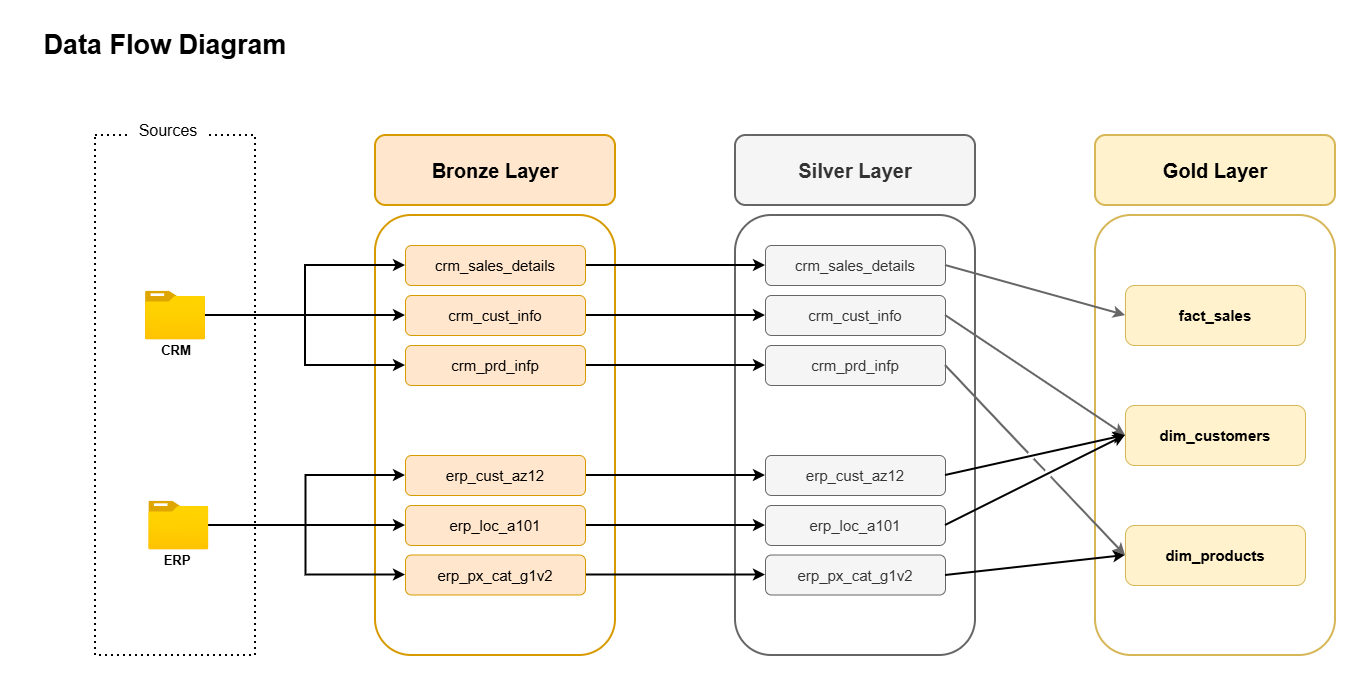
Before: docs/images/data_flow_diagram.png, a diagram exported from draw.io (kms-gitgut/sql-data-warehouse-project). Source tidied: cells renumbered, new cells last; positions are measured from the earlier drawing's top-left corner, leaving out a move shared by most shapes.
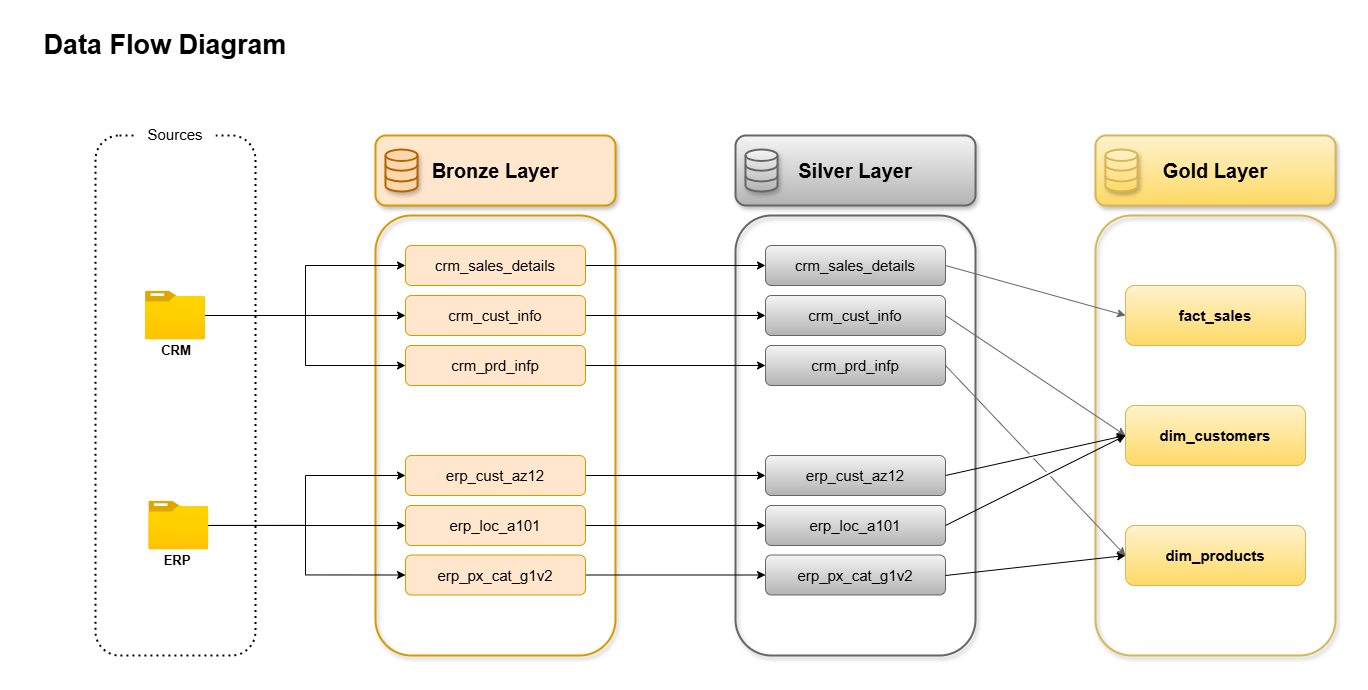
Later version of the same file.

What changed in the source:
```diff
@@ -4,9 +4,9 @@
     <mxCell id="1" parent="0" />
-    <mxCell id="2" style="rounded=1;whiteSpace=wrap;html=1;fillColor=none;strokeColor=#d6b656;strokeWidth=2;" parent="1" vertex="1">
+    <mxCell id="2" style="rounded=1;whiteSpace=wrap;html=1;fillColor=none;strokeColor=#d6b656;strokeWidth=2;gradientColor=#ffd966;shadow=1;" parent="1" vertex="1">
       <mxGeometry x="1070" y="190" width="240" height="440" as="geometry" />
     </mxCell>
-    <mxCell id="3" style="rounded=1;whiteSpace=wrap;html=1;fillColor=none;strokeColor=#666666;strokeWidth=2;fontColor=#333333;" parent="1" vertex="1">
+    <mxCell id="3" style="rounded=1;whiteSpace=wrap;html=1;fillColor=none;strokeColor=#666666;strokeWidth=2;gradientColor=#b3b3b3;shadow=1;" parent="1" vertex="1">
       <mxGeometry x="710" y="190" width="240" height="440" as="geometry" />
     </mxCell>
-    <mxCell id="4" style="rounded=1;whiteSpace=wrap;html=1;fillColor=none;strokeColor=#D79B00;strokeWidth=2;" parent="1" vertex="1">
+    <mxCell id="4" style="rounded=1;whiteSpace=wrap;html=1;fillColor=none;strokeColor=#D79B00;strokeWidth=2;shadow=1;" parent="1" vertex="1">
       <mxGeometry x="350" y="190" width="240" height="440" as="geometry" />
@@ -16,12 +16,12 @@
     </mxCell>
-    <mxCell id="6" style="rounded=0;whiteSpace=wrap;html=1;fillColor=none;dashed=1;strokeWidth=2;dashPattern=1 2;" parent="1" vertex="1">
+    <mxCell id="6" style="rounded=1;whiteSpace=wrap;html=1;fillColor=none;dashed=1;strokeWidth=2;dashPattern=1 2;" parent="1" vertex="1">
       <mxGeometry x="70" y="110" width="160" height="520" as="geometry" />
     </mxCell>
-    <mxCell id="7" style="edgeStyle=orthogonalEdgeStyle;rounded=0;jettySize=auto;html=1;entryX=0;entryY=0.5;entryDx=0;entryDy=0;strokeWidth=2;" parent="1" edge="1" source="10" target="19">
+    <mxCell id="7" style="edgeStyle=orthogonalEdgeStyle;rounded=0;jettySize=auto;html=1;entryX=0;entryY=0.5;entryDx=0;entryDy=0;strokeWidth=1;" parent="1" edge="1" source="10" target="19">
       <mxGeometry relative="1" as="geometry" />
     </mxCell>
-    <mxCell id="8" style="edgeStyle=orthogonalEdgeStyle;rounded=0;jettySize=auto;html=1;entryX=0;entryY=0.5;entryDx=0;entryDy=0;strokeWidth=2;" parent="1" edge="1" source="10" target="21">
+    <mxCell id="8" style="edgeStyle=orthogonalEdgeStyle;rounded=0;jettySize=auto;html=1;entryX=0;entryY=0.5;entryDx=0;entryDy=0;strokeWidth=1;" parent="1" edge="1" source="10" target="21">
       <mxGeometry relative="1" as="geometry" />
     </mxCell>
-    <mxCell id="9" style="edgeStyle=orthogonalEdgeStyle;rounded=0;jettySize=auto;html=1;entryX=0;entryY=0.5;entryDx=0;entryDy=0;strokeWidth=2;" parent="1" edge="1" source="10" target="23">
+    <mxCell id="9" style="edgeStyle=orthogonalEdgeStyle;rounded=0;jettySize=auto;html=1;entryX=0;entryY=0.5;entryDx=0;entryDy=0;strokeWidth=1;" parent="1" edge="1" source="10" target="23">
       <mxGeometry relative="1" as="geometry" />
@@ -31,4 +31,4 @@
     </mxCell>
-    <mxCell id="11" value="&lt;font style=&quot;font-size: 16px;&quot;&gt;Sources&lt;/font&gt;" style="text;html=1;whiteSpace=wrap;align=center;verticalAlign=middle;rounded=0;fillColor=default;" parent="1" vertex="1">
-      <mxGeometry x="103.3" y="90" width="80" height="30" as="geometry" />
+    <mxCell id="11" value="&lt;font&gt;Sources&lt;/font&gt;" style="text;html=1;whiteSpace=wrap;align=center;verticalAlign=middle;rounded=1;fillColor=default;fontSize=15;" parent="1" vertex="1">
+      <mxGeometry x="110" y="94" width="80" height="30" as="geometry" />
     </mxCell>
@@ -37,8 +37,12 @@
     </mxCell>
-    <mxCell id="13" style="edgeStyle=orthogonalEdgeStyle;rounded=0;jettySize=auto;html=1;entryX=0;entryY=0.5;entryDx=0;entryDy=0;strokeWidth=2;" parent="1" edge="1" target="25">
+    <mxCell id="13" style="edgeStyle=orthogonalEdgeStyle;rounded=0;jettySize=auto;html=1;entryX=0;entryY=0.5;entryDx=0;entryDy=0;strokeWidth=1;" parent="1" edge="1" target="25">
       <mxGeometry relative="1" as="geometry">
         <mxPoint x="180" y="499.9" as="sourcePoint" />
+        <Array as="points">
+          <mxPoint x="280" y="500" />
+          <mxPoint x="280" y="450" />
+        </Array>
       </mxGeometry>
     </mxCell>
-    <mxCell id="14" style="edgeStyle=orthogonalEdgeStyle;rounded=0;jettySize=auto;html=1;entryX=0;entryY=0.5;entryDx=0;entryDy=0;strokeWidth=2;" parent="1" edge="1" target="27">
+    <mxCell id="14" style="edgeStyle=orthogonalEdgeStyle;rounded=0;jettySize=auto;html=1;entryX=0;entryY=0.5;entryDx=0;entryDy=0;strokeWidth=1;" parent="1" edge="1" target="27">
       <mxGeometry relative="1" as="geometry">
@@ -47,7 +51,2 @@
     </mxCell>
-    <mxCell id="15" style="edgeStyle=orthogonalEdgeStyle;rounded=0;jettySize=auto;html=1;entryX=0;entryY=0.5;entryDx=0;entryDy=0;strokeWidth=2;" parent="1" edge="1" target="29">
-      <mxGeometry relative="1" as="geometry">
-        <mxPoint x="180" y="499.9" as="sourcePoint" />
-      </mxGeometry>
-    </mxCell>
     <mxCell id="16" value="&lt;b&gt;&lt;font style=&quot;font-size: 13px;&quot;&gt;ERP&lt;/font&gt;&lt;/b&gt;" style="text;html=1;whiteSpace=wrap;strokeColor=none;fillColor=none;align=center;verticalAlign=middle;rounded=0;" parent="1" vertex="1">
@@ -55,12 +54,12 @@
     </mxCell>
-    <mxCell id="17" value="&lt;b&gt;&lt;font style=&quot;font-size: 20px;&quot;&gt;Bronze Layer&lt;/font&gt;&lt;/b&gt;" style="rounded=1;whiteSpace=wrap;html=1;fillColor=#ffe6cc;strokeColor=#d79b00;strokeWidth=2;" parent="1" vertex="1">
+    <mxCell id="17" value="&lt;b&gt;&lt;font style=&quot;font-size: 20px;&quot;&gt;Bronze Layer&lt;/font&gt;&lt;/b&gt;" style="rounded=1;whiteSpace=wrap;html=1;fillColor=#ffe6cc;strokeColor=#d79b00;strokeWidth=2;shadow=1;" parent="1" vertex="1">
       <mxGeometry x="350" y="110" width="240" height="70" as="geometry" />
     </mxCell>
-    <mxCell id="18" style="edgeStyle=orthogonalEdgeStyle;rounded=0;jettySize=auto;html=1;strokeWidth=2;" parent="1" edge="1" source="19" target="32">
+    <mxCell id="18" style="edgeStyle=orthogonalEdgeStyle;rounded=0;jettySize=auto;html=1;strokeWidth=1;" parent="1" edge="1" source="19" target="32">
       <mxGeometry relative="1" as="geometry" />
     </mxCell>
-    <mxCell id="19" value="&lt;font style=&quot;font-size: 15px;&quot;&gt;crm_sales_details&lt;/font&gt;" style="rounded=1;whiteSpace=wrap;html=1;fillColor=#ffe6cc;strokeColor=#d79b00;" parent="1" vertex="1">
+    <mxCell id="19" value="&lt;font style=&quot;font-size: 15px;&quot;&gt;crm_sales_details&lt;/font&gt;" style="rounded=1;whiteSpace=wrap;html=1;fillColor=#ffe6cc;strokeColor=#d79b00;gradientColor=none;gradientDirection=north;" parent="1" vertex="1">
       <mxGeometry x="380" y="220" width="180" height="40" as="geometry" />
     </mxCell>
-    <mxCell id="20" style="edgeStyle=orthogonalEdgeStyle;rounded=0;jettySize=auto;html=1;entryX=0;entryY=0.5;entryDx=0;entryDy=0;strokeWidth=2;" parent="1" edge="1" source="21" target="33">
+    <mxCell id="20" style="edgeStyle=orthogonalEdgeStyle;rounded=0;jettySize=auto;html=1;entryX=0;entryY=0.5;entryDx=0;entryDy=0;strokeWidth=1;" parent="1" edge="1" source="21" target="33">
       <mxGeometry relative="1" as="geometry" />
@@ -70,3 +69,3 @@
     </mxCell>
-    <mxCell id="22" style="edgeStyle=orthogonalEdgeStyle;rounded=0;jettySize=auto;html=1;strokeWidth=2;" parent="1" edge="1" source="23" target="34">
+    <mxCell id="22" style="edgeStyle=orthogonalEdgeStyle;rounded=0;jettySize=auto;html=1;strokeWidth=1;" parent="1" edge="1" source="23" target="34">
       <mxGeometry relative="1" as="geometry" />
@@ -76,3 +75,3 @@
     </mxCell>
-    <mxCell id="24" style="edgeStyle=orthogonalEdgeStyle;rounded=0;jettySize=auto;html=1;strokeWidth=2;" parent="1" edge="1" source="25" target="35">
+    <mxCell id="24" style="edgeStyle=orthogonalEdgeStyle;rounded=0;jettySize=auto;html=1;strokeWidth=1;" parent="1" edge="1" source="25" target="35">
       <mxGeometry relative="1" as="geometry" />
@@ -82,3 +81,3 @@
     </mxCell>
-    <mxCell id="26" style="edgeStyle=orthogonalEdgeStyle;rounded=0;jettySize=auto;html=1;strokeWidth=2;" parent="1" edge="1" source="27" target="36">
+    <mxCell id="26" style="edgeStyle=orthogonalEdgeStyle;rounded=0;jettySize=auto;html=1;strokeWidth=1;" parent="1" edge="1" source="27" target="36">
       <mxGeometry relative="1" as="geometry" />
@@ -88,3 +87,3 @@
     </mxCell>
-    <mxCell id="28" style="edgeStyle=orthogonalEdgeStyle;rounded=0;jettySize=auto;html=1;strokeWidth=2;" parent="1" edge="1" source="29" target="37">
+    <mxCell id="28" style="edgeStyle=orthogonalEdgeStyle;rounded=0;jettySize=auto;html=1;strokeWidth=1;" parent="1" edge="1" source="29" target="37">
       <mxGeometry relative="1" as="geometry" />
@@ -94,2 +93,10 @@
     </mxCell>
+    <mxCell id="48" style="edgeStyle=orthogonalEdgeStyle;rounded=0;jettySize=auto;html=1;entryX=0;entryY=0.5;entryDx=0;entryDy=0;" parent="1" edge="1" source="30" target="29">
+      <mxGeometry relative="1" as="geometry">
+        <Array as="points">
+          <mxPoint x="280" y="500" />
+          <mxPoint x="280" y="550" />
+        </Array>
+      </mxGeometry>
+    </mxCell>
     <mxCell id="30" style="image;html=1;points=[];align=center;fontSize=12;image=img/lib/azure2/general/Folder_Blank.svg;" parent="1" vertex="1">
@@ -97,36 +104,36 @@
     </mxCell>
-    <mxCell id="31" value="&lt;b&gt;&lt;font style=&quot;font-size: 20px;&quot;&gt;Silver Layer&lt;/font&gt;&lt;/b&gt;" style="rounded=1;whiteSpace=wrap;html=1;fillColor=#f5f5f5;strokeColor=#666666;fontColor=#333333;strokeWidth=2;" parent="1" vertex="1">
+    <mxCell id="31" value="&lt;b&gt;&lt;font style=&quot;font-size: 20px;&quot;&gt;Silver Layer&lt;/font&gt;&lt;/b&gt;" style="rounded=1;whiteSpace=wrap;html=1;fillColor=#f5f5f5;strokeColor=#666666;strokeWidth=2;gradientColor=#b3b3b3;glass=0;shadow=1;" parent="1" vertex="1">
       <mxGeometry x="710" y="110" width="240" height="70" as="geometry" />
     </mxCell>
-    <mxCell id="32" value="&lt;font style=&quot;font-size: 15px;&quot;&gt;crm_sales_details&lt;/font&gt;" style="rounded=1;whiteSpace=wrap;html=1;fillColor=#f5f5f5;strokeColor=#666666;fontColor=#333333;" parent="1" vertex="1">
+    <mxCell id="32" value="&lt;font style=&quot;font-size: 15px;&quot;&gt;crm_sales_details&lt;/font&gt;" style="rounded=1;whiteSpace=wrap;html=1;fillColor=#f5f5f5;strokeColor=#666666;gradientColor=#b3b3b3;" parent="1" vertex="1">
       <mxGeometry x="740" y="220" width="180" height="40" as="geometry" />
     </mxCell>
-    <mxCell id="33" value="&lt;font style=&quot;font-size: 15px;&quot;&gt;crm_cust_info&lt;/font&gt;" style="rounded=1;whiteSpace=wrap;html=1;fillColor=#f5f5f5;strokeColor=#666666;fontColor=#333333;" parent="1" vertex="1">
+    <mxCell id="33" value="&lt;font style=&quot;font-size: 15px;&quot;&gt;crm_cust_info&lt;/font&gt;" style="rounded=1;whiteSpace=wrap;html=1;fillColor=#f5f5f5;strokeColor=#666666;gradientColor=#b3b3b3;" parent="1" vertex="1">
       <mxGeometry x="740" y="270" width="180" height="40" as="geometry" />
     </mxCell>
-    <mxCell id="34" value="&lt;font style=&quot;font-size: 15px;&quot;&gt;crm_prd_infp&lt;/font&gt;" style="rounded=1;whiteSpace=wrap;html=1;fillColor=#f5f5f5;strokeColor=#666666;fontColor=#333333;" parent="1" vertex="1">
+    <mxCell id="34" value="&lt;font style=&quot;font-size: 15px;&quot;&gt;crm_prd_infp&lt;/font&gt;" style="rounded=1;whiteSpace=wrap;html=1;fillColor=#f5f5f5;strokeColor=#666666;gradientColor=#b3b3b3;" parent="1" vertex="1">
       <mxGeometry x="740" y="320" width="180" height="40" as="geometry" />
     </mxCell>
-    <mxCell id="35" value="&lt;font style=&quot;font-size: 15px;&quot;&gt;erp_cust_az12&lt;/font&gt;" style="rounded=1;whiteSpace=wrap;html=1;fillColor=#f5f5f5;strokeColor=#666666;fontColor=#333333;" parent="1" vertex="1">
+    <mxCell id="35" value="&lt;font style=&quot;font-size: 15px;&quot;&gt;erp_cust_az12&lt;/font&gt;" style="rounded=1;whiteSpace=wrap;html=1;fillColor=#f5f5f5;strokeColor=#666666;gradientColor=#b3b3b3;" parent="1" vertex="1">
       <mxGeometry x="740" y="430" width="180" height="40" as="geometry" />
     </mxCell>
-    <mxCell id="36" value="&lt;font style=&quot;font-size: 15px;&quot;&gt;erp_loc_a101&lt;/font&gt;" style="rounded=1;whiteSpace=wrap;html=1;fillColor=#f5f5f5;strokeColor=#666666;fontColor=#333333;" parent="1" vertex="1">
+    <mxCell id="36" value="&lt;font style=&quot;font-size: 15px;&quot;&gt;erp_loc_a101&lt;/font&gt;" style="rounded=1;whiteSpace=wrap;html=1;fillColor=#f5f5f5;strokeColor=#666666;gradientColor=#b3b3b3;" parent="1" vertex="1">
       <mxGeometry x="740" y="480" width="180" height="40" as="geometry" />
     </mxCell>
-    <mxCell id="37" value="&lt;font style=&quot;font-size: 15px;&quot;&gt;erp_px_cat_g1v2&lt;/font&gt;" style="rounded=1;whiteSpace=wrap;html=1;fillColor=#f5f5f5;strokeColor=#666666;fontColor=#333333;" parent="1" vertex="1">
+    <mxCell id="37" value="&lt;font style=&quot;font-size: 15px;&quot;&gt;erp_px_cat_g1v2&lt;/font&gt;" style="rounded=1;whiteSpace=wrap;html=1;fillColor=#f5f5f5;strokeColor=#666666;gradientColor=#b3b3b3;" parent="1" vertex="1">
       <mxGeometry x="740" y="529.5" width="180" height="40" as="geometry" />
     </mxCell>
-    <mxCell id="38" value="&lt;b&gt;&lt;font style=&quot;font-size: 20px;&quot;&gt;Gold Layer&lt;/font&gt;&lt;/b&gt;" style="rounded=1;whiteSpace=wrap;html=1;fillColor=#fff2cc;strokeColor=#d6b656;strokeWidth=2;" parent="1" vertex="1">
+    <mxCell id="38" value="&lt;b&gt;&lt;font style=&quot;font-size: 20px;&quot;&gt;Gold Layer&lt;/font&gt;&lt;/b&gt;" style="rounded=1;whiteSpace=wrap;html=1;fillColor=#fff2cc;strokeColor=#d6b656;strokeWidth=2;gradientColor=#ffd966;glass=0;shadow=1;" parent="1" vertex="1">
       <mxGeometry x="1070" y="110" width="240" height="70" as="geometry" />
     </mxCell>
-    <mxCell id="39" value="&lt;span style=&quot;font-size: 15px;&quot;&gt;&lt;b&gt;fact_sales&lt;/b&gt;&lt;/span&gt;" style="rounded=1;whiteSpace=wrap;html=1;fillColor=#fff2cc;strokeColor=#d6b656;" parent="1" vertex="1">
+    <mxCell id="39" value="&lt;span style=&quot;font-size: 15px;&quot;&gt;&lt;b&gt;fact_sales&lt;/b&gt;&lt;/span&gt;" style="rounded=1;whiteSpace=wrap;html=1;fillColor=#fff2cc;strokeColor=#d6b656;gradientColor=#ffd966;" parent="1" vertex="1">
       <mxGeometry x="1100" y="260" width="180" height="60" as="geometry" />
     </mxCell>
-    <mxCell id="40" value="&lt;font style=&quot;font-size: 15px;&quot;&gt;&lt;b&gt;dim_customers&lt;/b&gt;&lt;/font&gt;" style="rounded=1;whiteSpace=wrap;html=1;fillColor=#fff2cc;strokeColor=#d6b656;" parent="1" vertex="1">
+    <mxCell id="40" value="&lt;font style=&quot;font-size: 15px;&quot;&gt;&lt;b&gt;dim_customers&lt;/b&gt;&lt;/font&gt;" style="rounded=1;whiteSpace=wrap;html=1;fillColor=#fff2cc;strokeColor=#d6b656;gradientColor=#ffd966;" parent="1" vertex="1">
       <mxGeometry x="1100" y="380" width="180" height="60" as="geometry" />
     </mxCell>
-    <mxCell id="41" value="&lt;font style=&quot;font-size: 15px;&quot;&gt;&lt;b&gt;dim_products&lt;/b&gt;&lt;/font&gt;" style="rounded=1;whiteSpace=wrap;html=1;fillColor=#fff2cc;strokeColor=#d6b656;" parent="1" vertex="1">
+    <mxCell id="41" value="&lt;font style=&quot;font-size: 15px;&quot;&gt;&lt;b&gt;dim_products&lt;/b&gt;&lt;/font&gt;" style="rounded=1;whiteSpace=wrap;html=1;fillColor=#fff2cc;strokeColor=#d6b656;gradientColor=#ffd966;" parent="1" vertex="1">
       <mxGeometry x="1100" y="500" width="180" height="60" as="geometry" />
     </mxCell>
-    <mxCell id="42" style="endArrow=classic;html=1;rounded=0;entryX=0;entryY=0.5;entryDx=0;entryDy=0;jumpStyle=gap;fillColor=#f5f5f5;strokeColor=#666666;strokeWidth=2;" parent="1" edge="1" target="39">
+    <mxCell id="42" style="endArrow=classic;html=1;rounded=0;entryX=0;entryY=0.5;entryDx=0;entryDy=0;jumpStyle=gap;fillColor=#f5f5f5;strokeColor=#666666;strokeWidth=1;" parent="1" edge="1" target="39">
       <mxGeometry relative="1" as="geometry">
@@ -135,3 +142,3 @@
     </mxCell>
-    <mxCell id="43" style="endArrow=classic;html=1;rounded=0;entryX=0;entryY=0.5;entryDx=0;entryDy=0;jumpStyle=gap;fillColor=#f5f5f5;strokeColor=#666666;strokeWidth=2;" parent="1" edge="1" target="40">
+    <mxCell id="43" style="endArrow=classic;html=1;rounded=0;entryX=0;entryY=0.5;entryDx=0;entryDy=0;jumpStyle=gap;fillColor=#f5f5f5;strokeColor=#666666;strokeWidth=1;" parent="1" edge="1" target="40">
       <mxGeometry relative="1" as="geometry">
@@ -140,3 +147,3 @@
     </mxCell>
-    <mxCell id="44" style="endArrow=classic;html=1;rounded=0;entryX=0;entryY=0.5;entryDx=0;entryDy=0;jumpStyle=gap;strokeWidth=2;" parent="1" edge="1" target="40">
+    <mxCell id="44" style="endArrow=classic;html=1;rounded=0;entryX=0;entryY=0.5;entryDx=0;entryDy=0;jumpStyle=gap;strokeWidth=1;" parent="1" edge="1" target="40">
       <mxGeometry relative="1" as="geometry">
@@ -145,3 +152,3 @@
     </mxCell>
-    <mxCell id="45" style="endArrow=classic;html=1;rounded=0;entryX=0;entryY=0.5;entryDx=0;entryDy=0;jumpStyle=gap;strokeWidth=2;" parent="1" edge="1" target="40">
+    <mxCell id="45" style="endArrow=classic;html=1;rounded=0;entryX=0;entryY=0.5;entryDx=0;entryDy=0;jumpStyle=gap;strokeWidth=1;" parent="1" edge="1" target="40">
       <mxGeometry relative="1" as="geometry">
@@ -150,3 +157,3 @@
     </mxCell>
-    <mxCell id="46" style="endArrow=classic;html=1;rounded=0;entryX=0;entryY=0.5;entryDx=0;entryDy=0;jumpStyle=gap;fillColor=#f5f5f5;strokeColor=#666666;strokeWidth=2;" parent="1" edge="1" target="41">
+    <mxCell id="46" style="endArrow=classic;html=1;rounded=0;entryX=0;entryY=0.5;entryDx=0;entryDy=0;jumpStyle=gap;fillColor=#f5f5f5;strokeColor=#666666;strokeWidth=1;" parent="1" edge="1" target="41">
       <mxGeometry relative="1" as="geometry">
@@ -155,3 +162,3 @@
     </mxCell>
-    <mxCell id="47" style="endArrow=classic;html=1;rounded=0;entryX=0;entryY=0.5;entryDx=0;entryDy=0;jumpStyle=gap;strokeWidth=2;" parent="1" edge="1" target="41">
+    <mxCell id="47" style="endArrow=classic;html=1;rounded=0;entryX=0;entryY=0.5;entryDx=0;entryDy=0;jumpStyle=gap;strokeWidth=1;" parent="1" edge="1" target="41">
       <mxGeometry relative="1" as="geometry">
@@ -160,2 +167,11 @@
     </mxCell>
+    <mxCell id="49" style="html=1;verticalLabelPosition=bottom;align=center;labelBackgroundColor=#ffffff;verticalAlign=top;strokeWidth=2;strokeColor=#b46504;shadow=1;dashed=0;shape=mxgraph.ios7.icons.data;fillColor=#fad7ac;" parent="1" vertex="1">
+      <mxGeometry x="360" y="124" width="32" height="42" as="geometry" />
+    </mxCell>
+    <mxCell id="50" style="html=1;verticalLabelPosition=bottom;align=center;labelBackgroundColor=#ffffff;verticalAlign=top;strokeWidth=2;strokeColor=#666666;shadow=1;dashed=0;shape=mxgraph.ios7.icons.data;fillColor=#f5f5f5;gradientColor=#b3b3b3;" parent="1" vertex="1">
+      <mxGeometry x="720" y="124" width="32" height="42" as="geometry" />
+    </mxCell>
+    <mxCell id="51" style="html=1;verticalLabelPosition=bottom;align=center;labelBackgroundColor=#ffffff;verticalAlign=top;strokeWidth=2;strokeColor=#d6b656;shadow=1;dashed=0;shape=mxgraph.ios7.icons.data;fillColor=#fff2cc;gradientColor=#ffd966;" parent="1" vertex="1">
+      <mxGeometry x="1080" y="124" width="32" height="42" as="geometry" />
+    </mxCell>
   </root>
```
